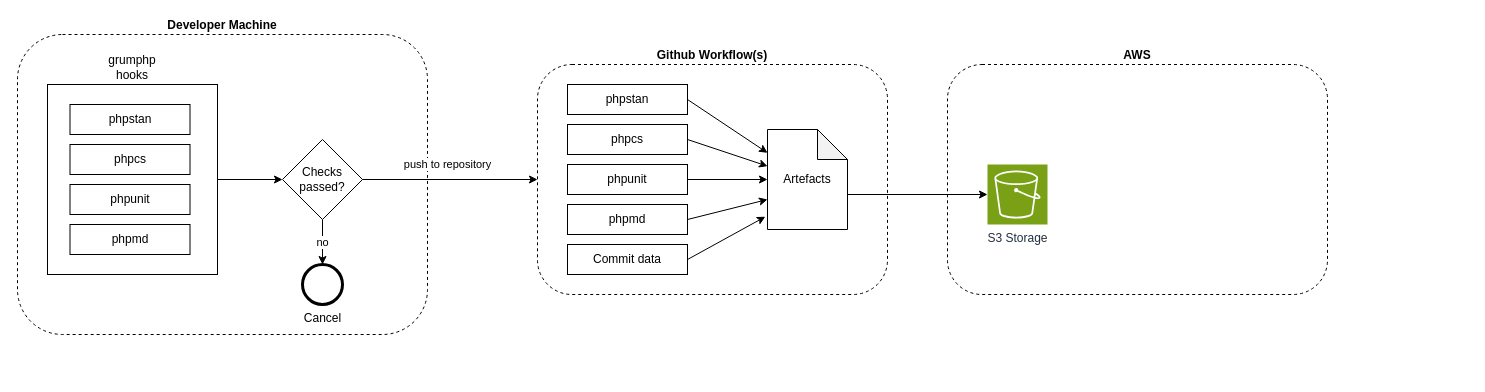
Before: assets/diagrams/CICD.drawio in floriankraemer/floriankraemer.github.io, a draw.io diagram. Source tidied: cells renumbered, new cells numbered last; positions are measured from the earlier drawing's top-left corner, leaving out a move shared by most shapes. Both pictures are drawn from the tidied source at 100%, with x=0, y=0 at pixel (17, 34).
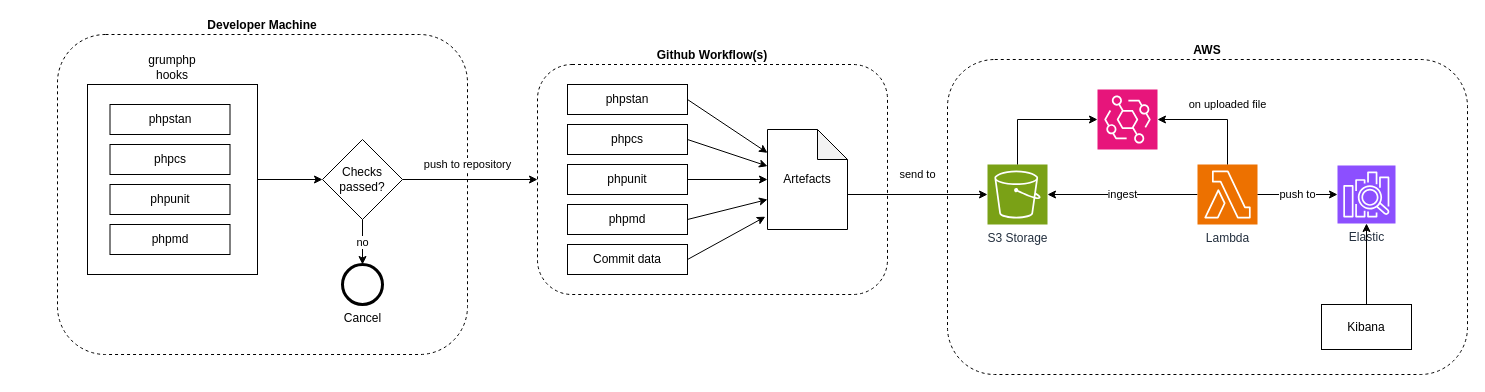
The same diagram, later.

Unchanged cells that the change refers to:
```xml
<mxCell id="14" value="S3 Storage" style="sketch=0;points=[[0,0,0],[0.25,0,0],[0.5,0,0],[0.75,0,0],[1,0,0],[0,1,0],[0.25,1,0],[0.5,1,0],[0.75,1,0],[1,1,0],[0,0.25,0],[0,0.5,0],[0,0.75,0],[1,0.25,0],[1,0.5,0],[1,0.75,0]];outlineConnect=0;fontColor=#232F3E;fillColor=#7AA116;strokeColor=#ffffff;dashed=0;verticalLabelPosition=bottom;verticalAlign=top;align=center;html=1;fontSize=12;fontStyle=0;shape=mxgraph.aws4.resourceIcon;resIcon=mxgraph.aws4.s3;" parent="1" vertex="1">
  <mxGeometry x="970" y="130" width="60" height="60" as="geometry" />
</mxCell>
<mxCell id="22" value="Artefacts" style="shape=note;whiteSpace=wrap;html=1;backgroundOutline=1;darkOpacity=0.05;" parent="1" vertex="1">
  <mxGeometry x="750" y="95" width="80" height="100" as="geometry" />
</mxCell>
```

Change to the diagram source:
```diff
@@
     <mxCell id="2" value="AWS" style="rounded=1;whiteSpace=wrap;html=1;labelPosition=center;verticalLabelPosition=top;align=center;verticalAlign=bottom;dashed=1;fontStyle=1;" parent="1" vertex="1">
-      <mxGeometry x="930" y="30" width="380" height="230" as="geometry" />
+      <mxGeometry x="930" y="25" width="520" height="315" as="geometry" />
     </mxCell>
     <mxCell id="3" value="Developer Machine" style="rounded=1;whiteSpace=wrap;html=1;labelPosition=center;verticalLabelPosition=top;align=center;verticalAlign=bottom;dashed=1;fontStyle=1;" parent="1" vertex="1">
-      <mxGeometry width="410" height="300" as="geometry" />
+      <mxGeometry x="40" width="410" height="320" as="geometry" />
     </mxCell>
@@
     <mxCell id="6" value="grumphp&lt;br&gt;hooks" style="rounded=0;whiteSpace=wrap;html=1;labelPosition=center;verticalLabelPosition=top;align=center;verticalAlign=bottom;" parent="1" vertex="1">
-      <mxGeometry x="30" y="50" width="170" height="190" as="geometry" />
+      <mxGeometry x="70" y="50" width="170" height="190" as="geometry" />
     </mxCell>
@@
     <mxCell id="15" value="phpstan" style="rounded=0;whiteSpace=wrap;html=1;" parent="1" vertex="1">
-      <mxGeometry x="52.5" y="70" width="120" height="30" as="geometry" />
+      <mxGeometry x="92.5" y="70" width="120" height="30" as="geometry" />
     </mxCell>
     <mxCell id="16" value="phpcs" style="rounded=0;whiteSpace=wrap;html=1;" parent="1" vertex="1">
-      <mxGeometry x="52.5" y="110" width="120" height="30" as="geometry" />
+      <mxGeometry x="92.5" y="110" width="120" height="30" as="geometry" />
     </mxCell>
     <mxCell id="17" value="phpunit" style="rounded=0;whiteSpace=wrap;html=1;" parent="1" vertex="1">
-      <mxGeometry x="52.5" y="150" width="120" height="30" as="geometry" />
+      <mxGeometry x="92.5" y="150" width="120" height="30" as="geometry" />
     </mxCell>
     <mxCell id="18" value="phpmd" style="rounded=0;whiteSpace=wrap;html=1;" parent="1" vertex="1">
-      <mxGeometry x="52.5" y="190" width="120" height="30" as="geometry" />
+      <mxGeometry x="92.5" y="190" width="120" height="30" as="geometry" />
     </mxCell>
@@
     <mxCell id="20" value="Checks&lt;br&gt;passed?" style="rhombus;whiteSpace=wrap;html=1;" parent="1" vertex="1">
-      <mxGeometry x="265" y="105" width="80" height="80" as="geometry" />
+      <mxGeometry x="305" y="105" width="80" height="80" as="geometry" />
     </mxCell>
-    <mxCell id="21" style="edgeStyle=orthogonalEdgeStyle;rounded=0;jettySize=auto;html=1;exitX=0;exitY=0;exitDx=80;exitDy=65;exitPerimeter=0;" parent="1" edge="1" source="22" target="14">
-      <mxGeometry relative="1" as="geometry" />
+    <mxCell id="21" value="send to" style="edgeStyle=orthogonalEdgeStyle;rounded=0;jettySize=auto;html=1;exitX=0;exitY=0;exitDx=80;exitDy=65;exitPerimeter=0;" parent="1" edge="1" source="22" target="14">
+      <mxGeometry y="20" relative="1" as="geometry" />
     </mxCell>
@@
     <mxCell id="24" value="Cancel" style="points=[[0.145,0.145,0],[0.5,0,0],[0.855,0.145,0],[1,0.5,0],[0.855,0.855,0],[0.5,1,0],[0.145,0.855,0],[0,0.5,0]];shape=mxgraph.bpmn.event;html=1;verticalLabelPosition=bottom;labelBackgroundColor=#ffffff;verticalAlign=top;align=center;perimeter=ellipsePerimeter;outlineConnect=0;outline=end;symbol=terminate2;" parent="1" vertex="1">
-      <mxGeometry x="285" y="230" width="40" height="40" as="geometry" />
+      <mxGeometry x="325" y="230" width="40" height="40" as="geometry" />
     </mxCell>
@@
+    <mxCell id="28" value="ingest" style="edgeStyle=orthogonalEdgeStyle;rounded=0;jettySize=auto;html=1;exitX=0;exitY=0.5;exitDx=0;exitDy=0;exitPerimeter=0;" parent="1" edge="1" source="29" target="14">
+      <mxGeometry relative="1" as="geometry" />
+    </mxCell>
+    <mxCell id="29" value="Lambda" style="sketch=0;points=[[0,0,0],[0.25,0,0],[0.5,0,0],[0.75,0,0],[1,0,0],[0,1,0],[0.25,1,0],[0.5,1,0],[0.75,1,0],[1,1,0],[0,0.25,0],[0,0.5,0],[0,0.75,0],[1,0.25,0],[1,0.5,0],[1,0.75,0]];outlineConnect=0;fontColor=#232F3E;fillColor=#ED7100;strokeColor=#ffffff;dashed=0;verticalLabelPosition=bottom;verticalAlign=top;align=center;html=1;fontSize=12;fontStyle=0;shape=mxgraph.aws4.resourceIcon;resIcon=mxgraph.aws4.lambda;" parent="1" vertex="1">
+      <mxGeometry x="1180" y="130" width="60" height="60" as="geometry" />
+    </mxCell>
+    <mxCell id="30" style="sketch=0;points=[[0,0,0],[0.25,0,0],[0.5,0,0],[0.75,0,0],[1,0,0],[0,1,0],[0.25,1,0],[0.5,1,0],[0.75,1,0],[1,1,0],[0,0.25,0],[0,0.5,0],[0,0.75,0],[1,0.25,0],[1,0.5,0],[1,0.75,0]];outlineConnect=0;fontColor=#232F3E;fillColor=#E7157B;strokeColor=#ffffff;dashed=0;verticalLabelPosition=bottom;verticalAlign=top;align=center;html=1;fontSize=12;fontStyle=0;shape=mxgraph.aws4.resourceIcon;resIcon=mxgraph.aws4.eventbridge;" parent="1" vertex="1">
+      <mxGeometry x="1080" y="55" width="60" height="60" as="geometry" />
+    </mxCell>
+    <mxCell id="31" value="Elastic" style="sketch=0;points=[[0,0,0],[0.25,0,0],[0.5,0,0],[0.75,0,0],[1,0,0],[0,1,0],[0.25,1,0],[0.5,1,0],[0.75,1,0],[1,1,0],[0,0.25,0],[0,0.5,0],[0,0.75,0],[1,0.25,0],[1,0.5,0],[1,0.75,0]];outlineConnect=0;fontColor=#232F3E;fillColor=#8C4FFF;strokeColor=#ffffff;dashed=0;verticalLabelPosition=bottom;verticalAlign=top;align=center;html=1;fontSize=12;fontStyle=0;shape=mxgraph.aws4.resourceIcon;resIcon=mxgraph.aws4.elasticsearch_service;" parent="1" vertex="1">
+      <mxGeometry x="1320" y="131" width="58" height="58" as="geometry" />
+    </mxCell>
+    <mxCell id="32" style="edgeStyle=orthogonalEdgeStyle;rounded=0;jettySize=auto;html=1;exitX=0.5;exitY=0;exitDx=0;exitDy=0;exitPerimeter=0;entryX=0;entryY=0.5;entryDx=0;entryDy=0;entryPerimeter=0;" parent="1" edge="1" source="14" target="30">
+      <mxGeometry relative="1" as="geometry" />
+    </mxCell>
+    <mxCell id="33" value="on uploaded file" style="edgeStyle=orthogonalEdgeStyle;rounded=0;jettySize=auto;html=1;exitX=0.5;exitY=0;exitDx=0;exitDy=0;exitPerimeter=0;entryX=1;entryY=0.5;entryDx=0;entryDy=0;entryPerimeter=0;" parent="1" edge="1" source="29" target="30">
+      <mxGeometry x="-0.22" y="-15" relative="1" as="geometry" />
+    </mxCell>
+    <mxCell id="34" value="push to" style="edgeStyle=orthogonalEdgeStyle;rounded=0;jettySize=auto;html=1;exitX=1;exitY=0.5;exitDx=0;exitDy=0;exitPerimeter=0;entryX=0;entryY=0.5;entryDx=0;entryDy=0;entryPerimeter=0;" parent="1" edge="1" source="29" target="31">
+      <mxGeometry relative="1" as="geometry" />
+    </mxCell>
+    <mxCell id="35" value="Kibana" style="rounded=0;whiteSpace=wrap;html=1;" parent="1" vertex="1">
+      <mxGeometry x="1304" y="270" width="90" height="45" as="geometry" />
+    </mxCell>
+    <mxCell id="36" style="edgeStyle=orthogonalEdgeStyle;rounded=0;jettySize=auto;html=1;exitX=0.5;exitY=0;exitDx=0;exitDy=0;entryX=0.5;entryY=1;entryDx=0;entryDy=0;entryPerimeter=0;" parent="1" edge="1" source="35" target="31">
+      <mxGeometry relative="1" as="geometry" />
+    </mxCell>
```
